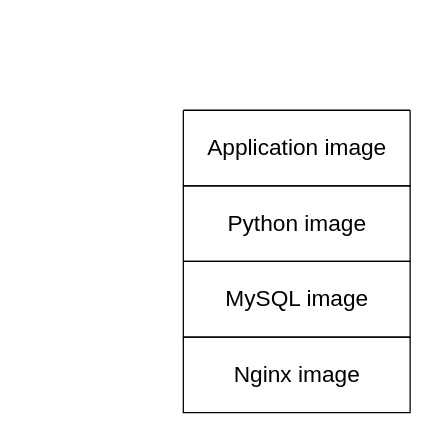
This is NASA-graph/Docker image stack.drawio from Vincent550102/NASA-graph, a draw.io file, before an edit. Source tidied: cells renumbered, new cells numbered last; positions are measured from the earlier drawing's top-left corner, leaving out a move shared by most shapes. Both pictures are drawn from the tidied source at 126%, with x=0, y=0 at pixel (183, 110).
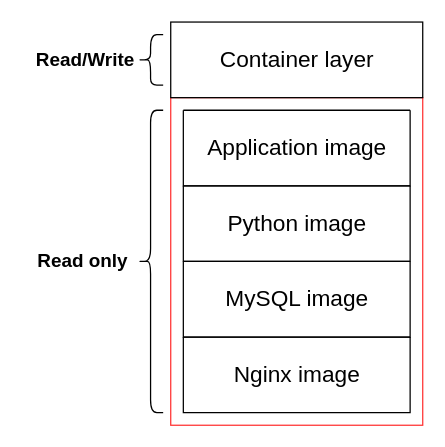
The same diagram, later.

What changed in the source:
```diff
@@
 <mxGraphModel>
   <root>
     <mxCell id="0" />
     <mxCell id="1" parent="0" />
+    <mxCell id="10" style="rounded=0;whiteSpace=wrap;html=1;fontSize=15;strokeColor=#FF3333;" parent="1" vertex="1">
+      <mxGeometry x="-10" y="-10" width="200" height="260" as="geometry" />
+    </mxCell>
     <mxCell id="2" style="swimlane;startSize=0;" parent="1" vertex="1">
       <mxGeometry width="180" height="60" as="geometry" />
     </mxCell>
     <mxCell id="3" value="Application image" style="text;html=1;align=center;verticalAlign=middle;strokeColor=none;fillColor=none;fontSize=18;" parent="2" vertex="1">
       <mxGeometry x="10" y="15" width="160" height="30" as="geometry" />
     </mxCell>
     <mxCell id="4" style="swimlane;startSize=0;" parent="1" vertex="1">
       <mxGeometry y="60" width="180" height="60" as="geometry" />
     </mxCell>
     <mxCell id="5" value="Python image" style="text;html=1;align=center;verticalAlign=middle;strokeColor=none;fillColor=none;fontSize=18;" parent="4" vertex="1">
       <mxGeometry x="25" y="15" width="130" height="30" as="geometry" />
     </mxCell>
     <mxCell id="6" style="swimlane;startSize=0;" parent="1" vertex="1">
       <mxGeometry y="120" width="180" height="60" as="geometry" />
     </mxCell>
     <mxCell id="7" value="MySQL image" style="text;html=1;align=center;verticalAlign=middle;strokeColor=none;fillColor=none;fontSize=18;" parent="6" vertex="1">
       <mxGeometry x="25" y="15" width="130" height="30" as="geometry" />
     </mxCell>
     <mxCell id="8" style="swimlane;startSize=0;" parent="1" vertex="1">
       <mxGeometry y="180" width="180" height="60" as="geometry" />
     </mxCell>
     <mxCell id="9" value="Nginx image" style="text;html=1;align=center;verticalAlign=middle;strokeColor=none;fillColor=none;fontSize=18;" parent="8" vertex="1">
       <mxGeometry x="30" y="15" width="120" height="30" as="geometry" />
     </mxCell>
+    <mxCell id="11" style="shape=curlyBracket;whiteSpace=wrap;html=1;rounded=1;" parent="1" vertex="1">
+      <mxGeometry x="-36" width="20" height="240" as="geometry" />
+    </mxCell>
+    <mxCell id="12" value="&lt;font style=&quot;font-size: 15px&quot;&gt;Read only&amp;nbsp;&lt;/font&gt;" style="text;strokeColor=none;fillColor=none;html=1;fontSize=24;fontStyle=1;verticalAlign=middle;align=center;" parent="1" vertex="1">
+      <mxGeometry x="-128" y="97" width="100" height="40" as="geometry" />
+    </mxCell>
+    <mxCell id="13" style="rounded=0;whiteSpace=wrap;html=1;fontSize=15;strokeColor=#000000;" parent="1" vertex="1">
+      <mxGeometry x="-10" y="-70" width="200" height="60" as="geometry" />
+    </mxCell>
+    <mxCell id="14" style="shape=curlyBracket;whiteSpace=wrap;html=1;rounded=1;" parent="1" vertex="1">
+      <mxGeometry x="-36" y="-60" width="20" height="40" as="geometry" />
+    </mxCell>
+    <mxCell id="15" value="&lt;span style=&quot;font-size: 15px&quot;&gt;Read/Write&lt;/span&gt;" style="text;strokeColor=none;fillColor=none;html=1;fontSize=24;fontStyle=1;verticalAlign=middle;align=center;" parent="1" vertex="1">
+      <mxGeometry x="-128" y="-63" width="100" height="40" as="geometry" />
+    </mxCell>
+    <mxCell id="16" value="Container layer" style="text;html=1;align=center;verticalAlign=middle;strokeColor=none;fillColor=none;fontSize=18;" parent="1" vertex="1">
+      <mxGeometry x="20" y="-55" width="140" height="30" as="geometry" />
+    </mxCell>
   </root>
 </mxGraphModel>
```
